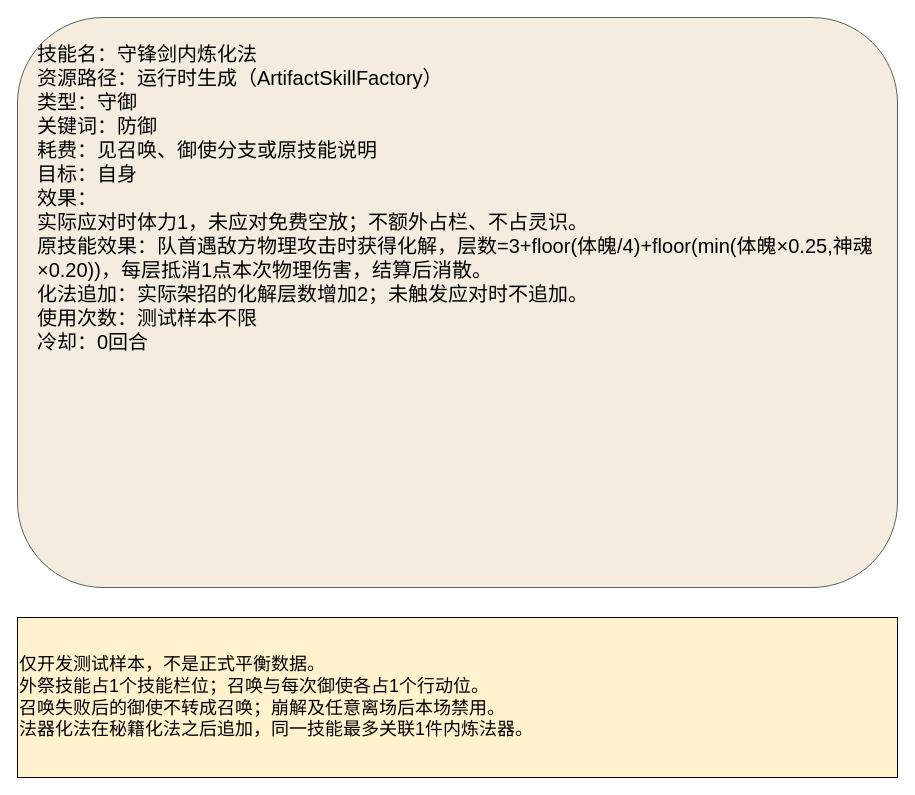
Above: docs/卡牌词典/法器测试/守锋内炼化法.drawio in ankundanetracyc-spec/tian-guan-you-du (draw.io), before the change. Source tidied: cells renumbered, new cells numbered last; positions are measured from the earlier drawing's top-left corner, leaving out a move shared by most shapes. Both pictures are drawn from the tidied source at 100%, with x=0, y=0 at pixel (17, 17).
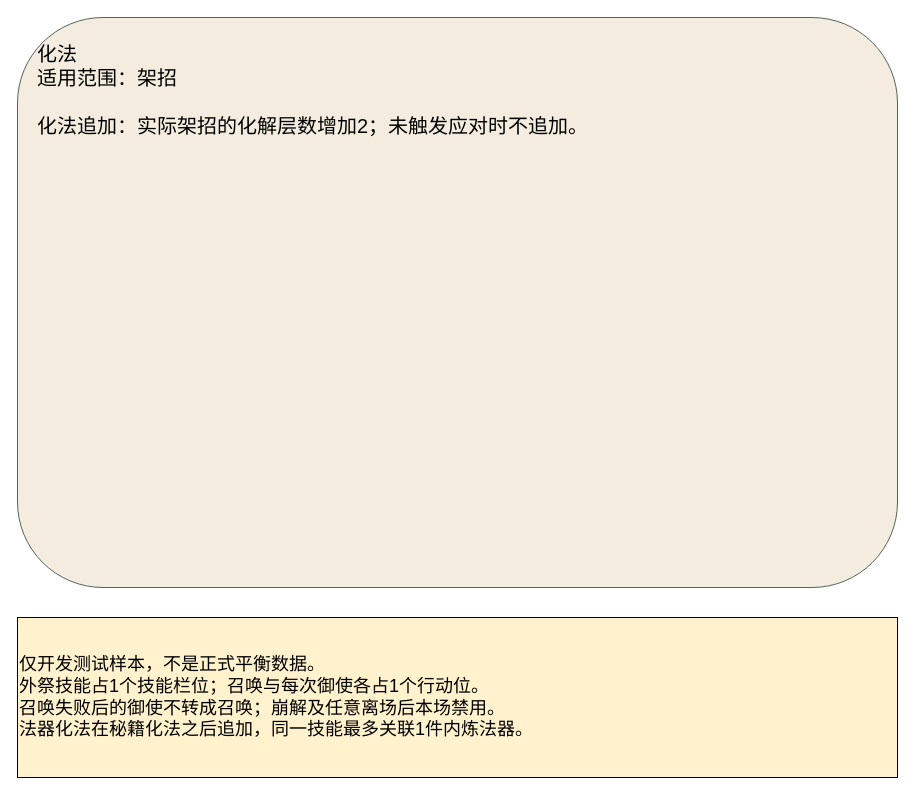
Above is the later version.

Diff of the diagram source:
```diff
@@
 <mxGraphModel>
   <root>
     <mxCell id="0" />
     <mxCell id="1" parent="0" />
-    <mxCell id="2" value="技能名：守锋剑内炼化法&#10;资源路径：运行时生成（ArtifactSkillFactory）&#10;类型：守御&#10;关键词：防御&#10;耗费：见召唤、御使分支或原技能说明&#10;目标：自身&#10;效果：&#10;实际应对时体力1，未应对免费空放；不额外占栏、不占灵识。&#10;原技能效果：队首遇敌方物理攻击时获得化解，层数=3+floor(体魄/4)+floor(min(体魄×0.25,神魂×0.20))，每层抵消1点本次物理伤害，结算后消散。&#10;化法追加：实际架招的化解层数增加2；未触发应对时不追加。&#10;使用次数：测试样本不限&#10;冷却：0回合" style="rounded=1;whiteSpace=wrap;html=0;align=left;verticalAlign=top;spacing=20;fontSize=20;fillColor=#f4eddf;strokeColor=#54655a;" parent="1" vertex="1">
+    <mxCell id="2" value="化法&#10;适用范围：架招&#10;&#10;化法追加：实际架招的化解层数增加2；未触发应对时不追加。" style="rounded=1;whiteSpace=wrap;html=0;align=left;verticalAlign=top;spacing=20;fontSize=20;fillColor=#f4eddf;strokeColor=#54655a;" parent="1" vertex="1">
       <mxGeometry width="880" height="570" as="geometry" />
     </mxCell>
     <mxCell id="3" value="仅开发测试样本，不是正式平衡数据。&#10;外祭技能占1个技能栏位；召唤与每次御使各占1个行动位。&#10;召唤失败后的御使不转成召唤；崩解及任意离场后本场禁用。&#10;法器化法在秘籍化法之后追加，同一技能最多关联1件内炼法器。" style="whiteSpace=wrap;html=0;align=left;fontSize=18;fillColor=#fff2cc;" parent="1" vertex="1">
       <mxGeometry y="600" width="880" height="160" as="geometry" />
     </mxCell>
   </root>
 </mxGraphModel>
```
